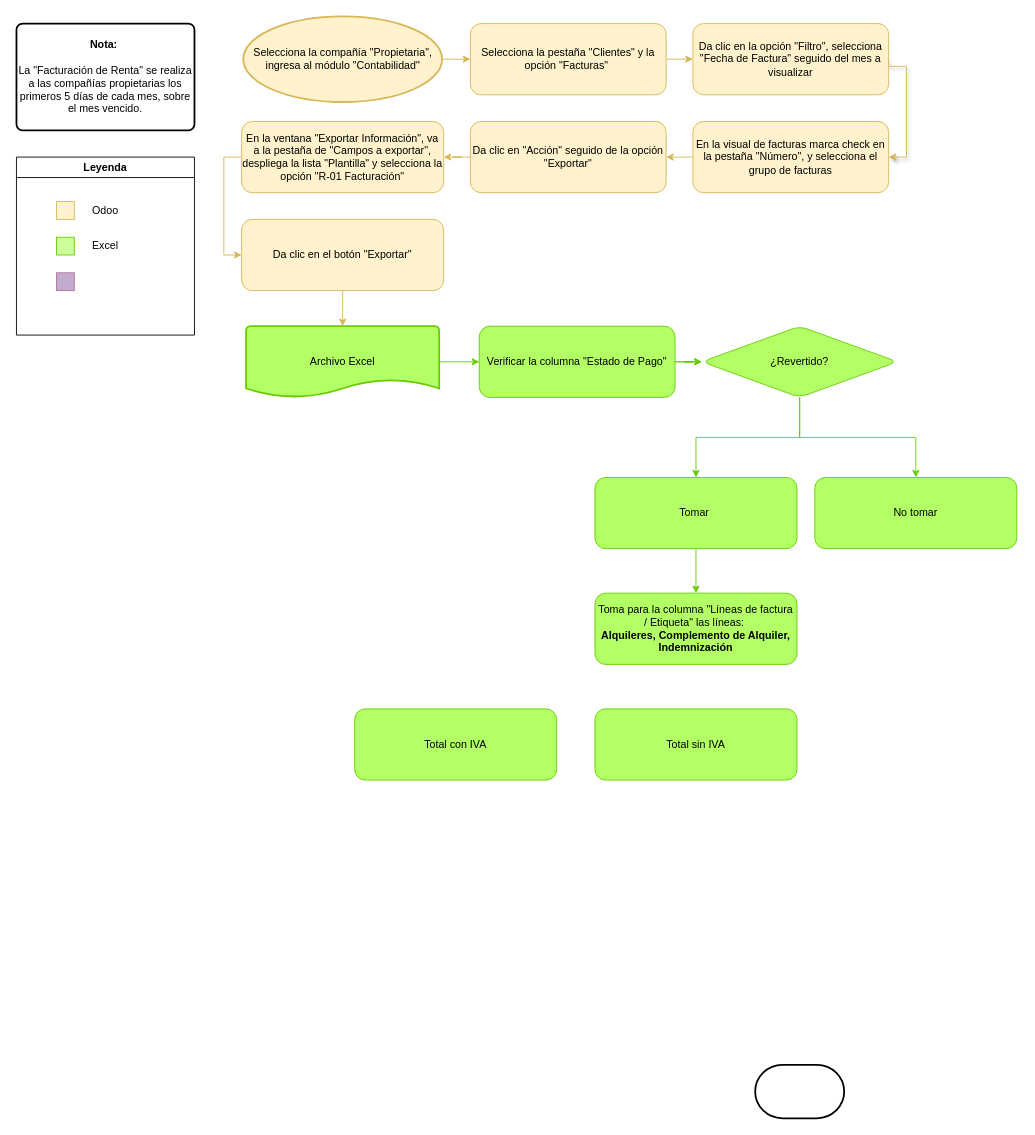
This is page "Renta" (1 of 5) of Proceso Indicadores Facturación de Renta.drawio from patycodejs/codealo-commerce, a draw.io file, before an edit. Source tidied: cells renumbered, new cells numbered last; positions are measured from the earlier drawing's top-left corner, leaving out a move shared by most shapes. Both pictures are drawn from the tidied source at 89%, with x=0, y=0 at pixel (16, 16).
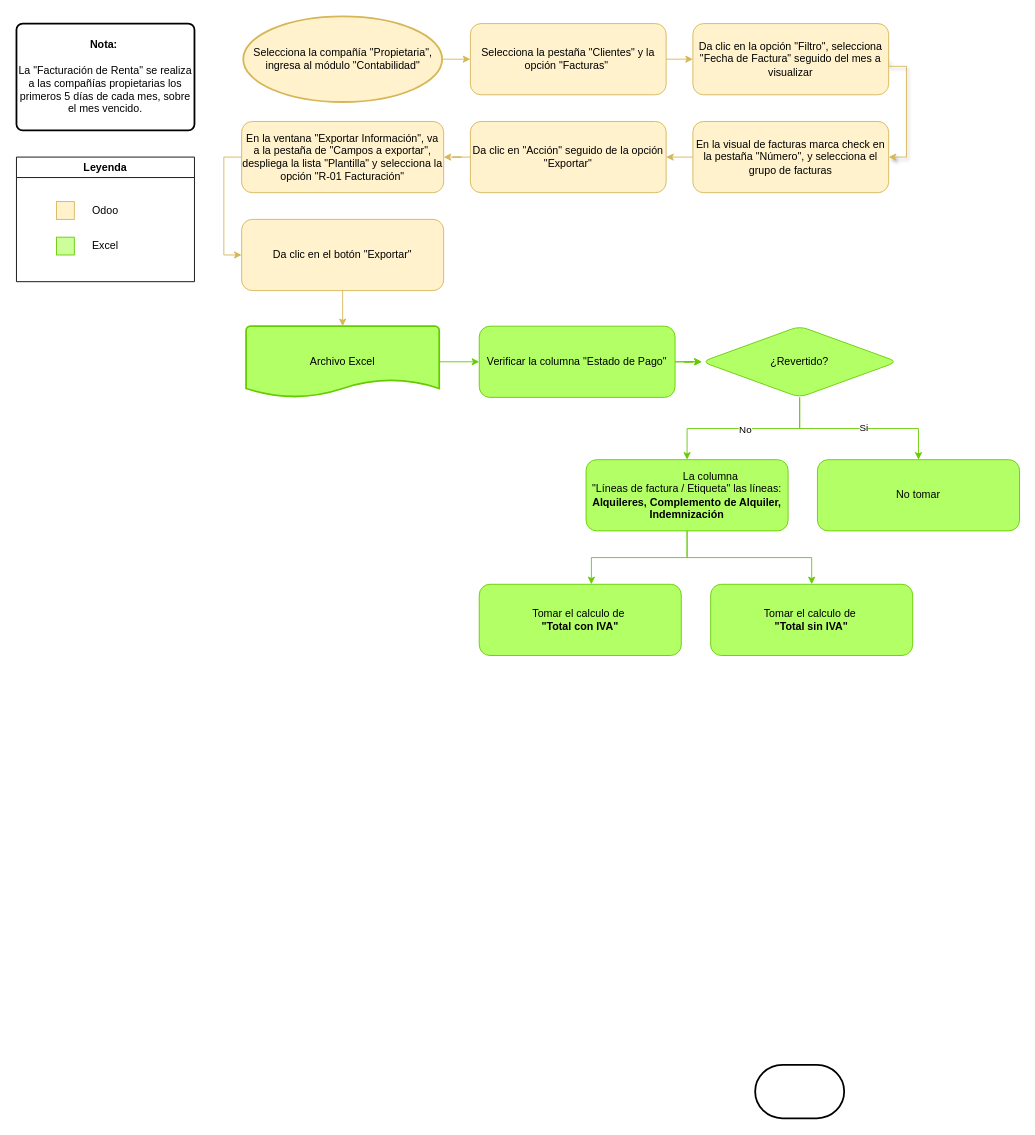
Above is the later version.

The change refers to these unchanged cells:
```xml
<mxCell id="30" style="edgeStyle=orthogonalEdgeStyle;rounded=0;jettySize=auto;html=1;exitX=0.5;exitY=1;exitDx=0;exitDy=0;entryX=0.5;entryY=0;entryDx=0;entryDy=0;strokeColor=#66CC00;" parent="1" edge="1" source="32" target="35">
  <mxGeometry relative="1" as="geometry" />
</mxCell>
<mxCell id="31" style="edgeStyle=orthogonalEdgeStyle;rounded=0;jettySize=auto;html=1;exitX=0.5;exitY=1;exitDx=0;exitDy=0;entryX=0.5;entryY=0;entryDx=0;entryDy=0;strokeColor=#66CC00;" parent="1" edge="1" source="32" target="34">
  <mxGeometry relative="1" as="geometry" />
</mxCell>
```

Change to the diagram source:
```diff
@@
     <mxCell id="16" value="Leyenda" style="swimlane;whiteSpace=wrap;html=1;" parent="1" vertex="1">
-      <mxGeometry y="158" width="200" height="200" as="geometry" />
+      <mxGeometry y="158" width="200" height="140" as="geometry" />
     </mxCell>
@@
-    <mxCell id="21" style="whiteSpace=wrap;html=1;fillColor=#C3ABD0;strokeColor=#B5739D;" parent="16" vertex="1">
-      <mxGeometry x="45" y="130" width="20" height="20" as="geometry" />
-    </mxCell>
@@
+    <mxCell id="40" value="Si" style="edgeLabel;html=1;align=center;verticalAlign=middle;" parent="30" vertex="1">
+      <mxGeometry x="0.11" y="2" relative="1" as="geometry">
+        <mxPoint x="-7" as="offset" />
+      </mxGeometry>
+    </mxCell>
@@
+    <mxCell id="41" value="No" style="edgeLabel;html=1;align=center;verticalAlign=middle;" parent="31" vertex="1">
+      <mxGeometry x="-0.01" relative="1" as="geometry" />
+    </mxCell>
@@
-    <mxCell id="33" style="edgeStyle=orthogonalEdgeStyle;rounded=0;jettySize=auto;html=1;exitX=0.5;exitY=1;exitDx=0;exitDy=0;entryX=0.5;entryY=0;entryDx=0;entryDy=0;strokeColor=#66CC00;" parent="1" edge="1" source="34" target="36">
-      <mxGeometry relative="1" as="geometry" />
-    </mxCell>
+    <mxCell id="42" style="edgeStyle=orthogonalEdgeStyle;rounded=0;jettySize=auto;html=1;exitX=0.5;exitY=1;exitDx=0;exitDy=0;entryX=0.5;entryY=0;entryDx=0;entryDy=0;strokeColor=#66CC00;" parent="1" edge="1" source="34" target="39">
+      <mxGeometry relative="1" as="geometry" />
+    </mxCell>
-    <mxCell id="34" value="Tomar&amp;nbsp;" style="rounded=1;whiteSpace=wrap;html=1;fontSize=12;glass=0;strokeWidth=1;shadow=0;fillColor=#B3FF66;strokeColor=#66CC00;" parent="1" vertex="1">
-      <mxGeometry x="650" y="518" width="227" height="80" as="geometry" />
+    <mxCell id="34" value="&lt;span style=&quot;white-space: pre;&quot;&gt;&#9;&lt;span style=&quot;white-space: pre;&quot;&gt;&#9;&lt;/span&gt;&lt;/span&gt;La columna&lt;div&gt;&amp;nbsp;&quot;Líneas de factura /&amp;nbsp;&lt;span style=&quot;background-color: initial;&quot;&gt;Etiqueta&quot; las líneas:&amp;nbsp;&lt;/span&gt;&lt;div&gt;&lt;b style=&quot;background-color: initial;&quot;&gt;Alquileres, Complemento de Alquiler, Indemnización&lt;/b&gt;&lt;/div&gt;&lt;/div&gt;" style="rounded=1;whiteSpace=wrap;html=1;fontSize=12;glass=0;strokeWidth=1;shadow=0;fillColor=#B3FF66;strokeColor=#66CC00;" parent="1" vertex="1">
+      <mxGeometry x="640" y="498" width="227" height="80" as="geometry" />
     </mxCell>
     <mxCell id="35" value="No tomar" style="rounded=1;whiteSpace=wrap;html=1;fontSize=12;glass=0;strokeWidth=1;shadow=0;fillColor=#B3FF66;strokeColor=#66CC00;" parent="1" vertex="1">
-      <mxGeometry x="897" y="518" width="227" height="80" as="geometry" />
+      <mxGeometry x="900" y="498" width="227" height="80" as="geometry" />
     </mxCell>
-    <mxCell id="36" value="Toma para la columna &quot;Líneas de factura / Etiqueta&quot; las líneas:&amp;nbsp;&lt;div&gt;&lt;b style=&quot;background-color: initial;&quot;&gt;Alquileres, Complemento de Alquiler, Indemnización&lt;/b&gt;&lt;/div&gt;" style="rounded=1;whiteSpace=wrap;html=1;fontSize=12;glass=0;strokeWidth=1;shadow=0;fillColor=#B3FF66;strokeColor=#66CC00;" parent="1" vertex="1">
-      <mxGeometry x="650" y="648" width="227" height="80" as="geometry" />
-    </mxCell>
@@
-    <mxCell id="38" value="Total con IVA" style="rounded=1;whiteSpace=wrap;html=1;fontSize=12;glass=0;strokeWidth=1;shadow=0;fillColor=#B3FF66;strokeColor=#66CC00;" parent="1" vertex="1">
-      <mxGeometry x="380" y="778" width="227" height="80" as="geometry" />
+    <mxCell id="38" value="Tomar el calculo de&amp;nbsp;&lt;div&gt;&lt;b&gt;&quot;Total con IVA&quot;&lt;/b&gt;&lt;/div&gt;" style="rounded=1;whiteSpace=wrap;html=1;fontSize=12;glass=0;strokeWidth=1;shadow=0;fillColor=#B3FF66;strokeColor=#66CC00;" parent="1" vertex="1">
+      <mxGeometry x="520" y="638" width="227" height="80" as="geometry" />
     </mxCell>
-    <mxCell id="39" value="Total sin IVA" style="rounded=1;whiteSpace=wrap;html=1;fontSize=12;glass=0;strokeWidth=1;shadow=0;fillColor=#B3FF66;strokeColor=#66CC00;" parent="1" vertex="1">
-      <mxGeometry x="650" y="778" width="227" height="80" as="geometry" />
+    <mxCell id="39" value="Tomar el calculo de&amp;nbsp;&lt;div&gt;&lt;b&gt;&quot;Total sin IVA&quot;&lt;/b&gt;&lt;/div&gt;" style="rounded=1;whiteSpace=wrap;html=1;fontSize=12;glass=0;strokeWidth=1;shadow=0;fillColor=#B3FF66;strokeColor=#66CC00;" parent="1" vertex="1">
+      <mxGeometry x="780" y="638" width="227" height="80" as="geometry" />
     </mxCell>
+    <mxCell id="43" style="edgeStyle=orthogonalEdgeStyle;rounded=0;jettySize=auto;html=1;exitX=0.5;exitY=1;exitDx=0;exitDy=0;entryX=0.555;entryY=0;entryDx=0;entryDy=0;entryPerimeter=0;strokeColor=#66CC00;" parent="1" edge="1" source="34" target="38">
+      <mxGeometry relative="1" as="geometry" />
+    </mxCell>
```
